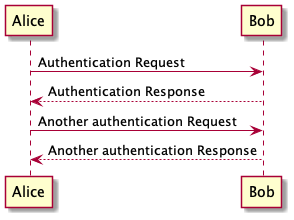
briansimoni/plantuml-tests keeps this PlantUML diagram as docs/diagrams/out/docs/diagrams/src/architecture/architecture.png. Above is the earlier version.
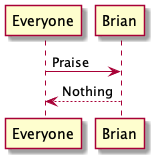
Above is the later version.

Diff of the diagram source:
```diff
@@ -1,7 +1,4 @@
 @startuml
-Alice -> Bob: Authentication Request
-Bob --> Alice: Authentication Response
-
-Alice -> Bob: Another authentication Request
-Alice <-- Bob: Another authentication Response
+Everyone -> Brian: Praise
+Brian --> Everyone: Nothing
 @enduml
```
